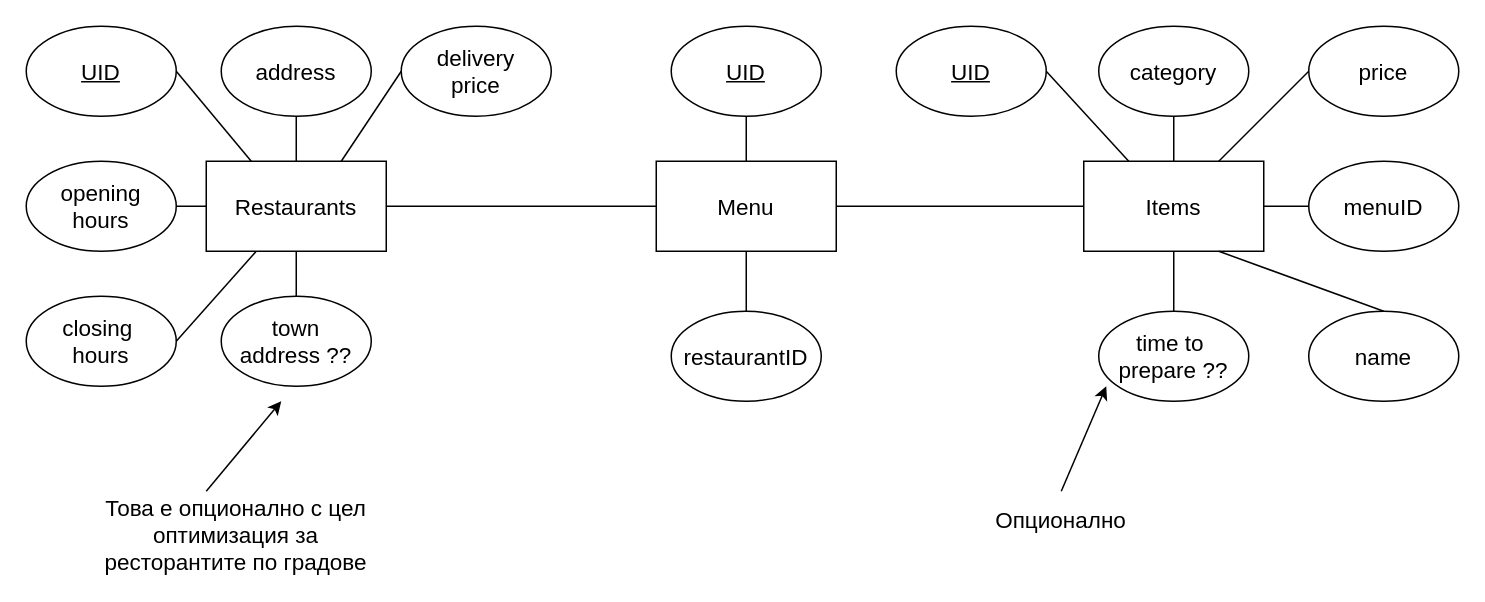
Earlier version of the draw.io diagram page "Model (Restaurant mangement)" (7 of 7) of docs/model+ui+endpoints.drawio (Uber-Summer-Practice-Sofia-2022/uber-summer-practice-docs-faq). Source tidied: cells renumbered, new cells numbered last; positions are measured from the earlier drawing's top-left corner, leaving out a move shared by most shapes. Both pictures are drawn from the tidied source at 150%, with x=0, y=0 at pixel (26, 26).
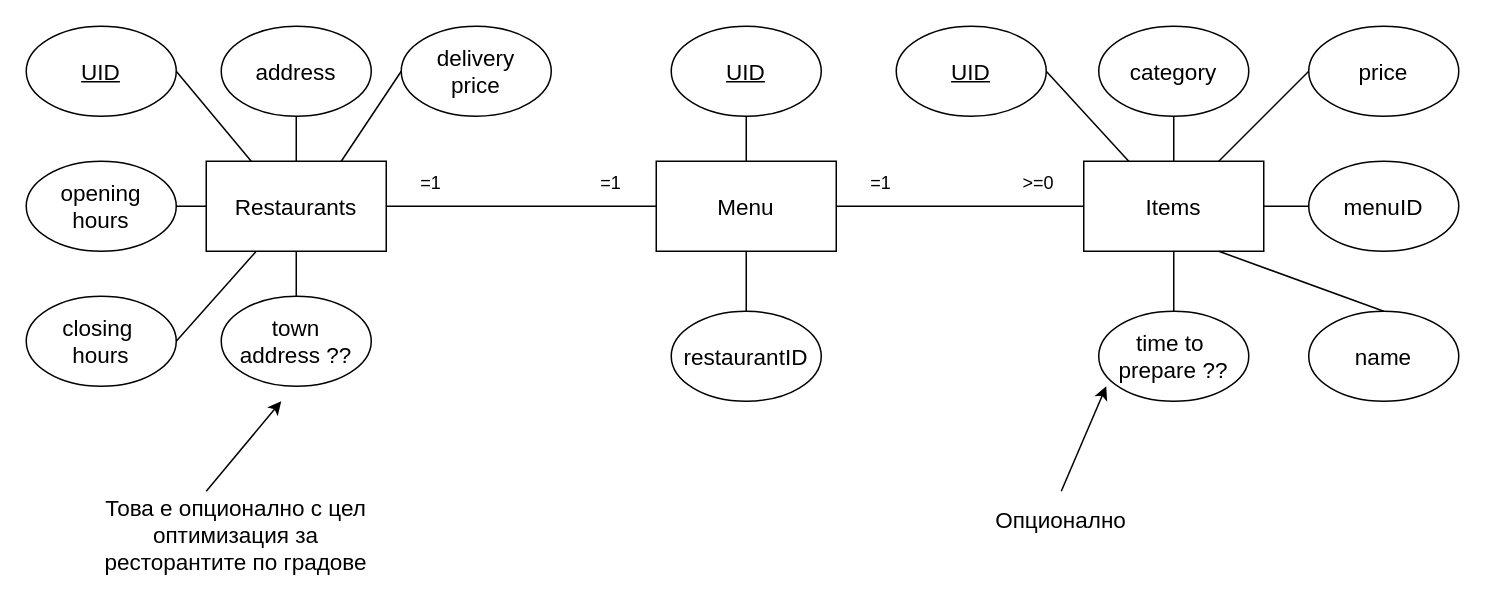
The same page after the edit.

The edit, as a diff of the source:
```diff
@@
+    <mxCell id="39" value="=1" style="text;html=1;strokeColor=none;fillColor=none;align=center;verticalAlign=middle;whiteSpace=wrap;rounded=0;" parent="1" vertex="1">
+      <mxGeometry x="240" y="90" width="60" height="30" as="geometry" />
+    </mxCell>
+    <mxCell id="40" value="=1" style="text;html=1;strokeColor=none;fillColor=none;align=center;verticalAlign=middle;whiteSpace=wrap;rounded=0;" parent="1" vertex="1">
+      <mxGeometry x="360" y="90" width="60" height="30" as="geometry" />
+    </mxCell>
+    <mxCell id="41" value="=1" style="text;html=1;strokeColor=none;fillColor=none;align=center;verticalAlign=middle;whiteSpace=wrap;rounded=0;" parent="1" vertex="1">
+      <mxGeometry x="540" y="90" width="60" height="30" as="geometry" />
+    </mxCell>
+    <mxCell id="42" value="&amp;gt;=0" style="text;html=1;strokeColor=none;fillColor=none;align=center;verticalAlign=middle;whiteSpace=wrap;rounded=0;" parent="1" vertex="1">
+      <mxGeometry x="645" y="90" width="60" height="30" as="geometry" />
+    </mxCell>
```
